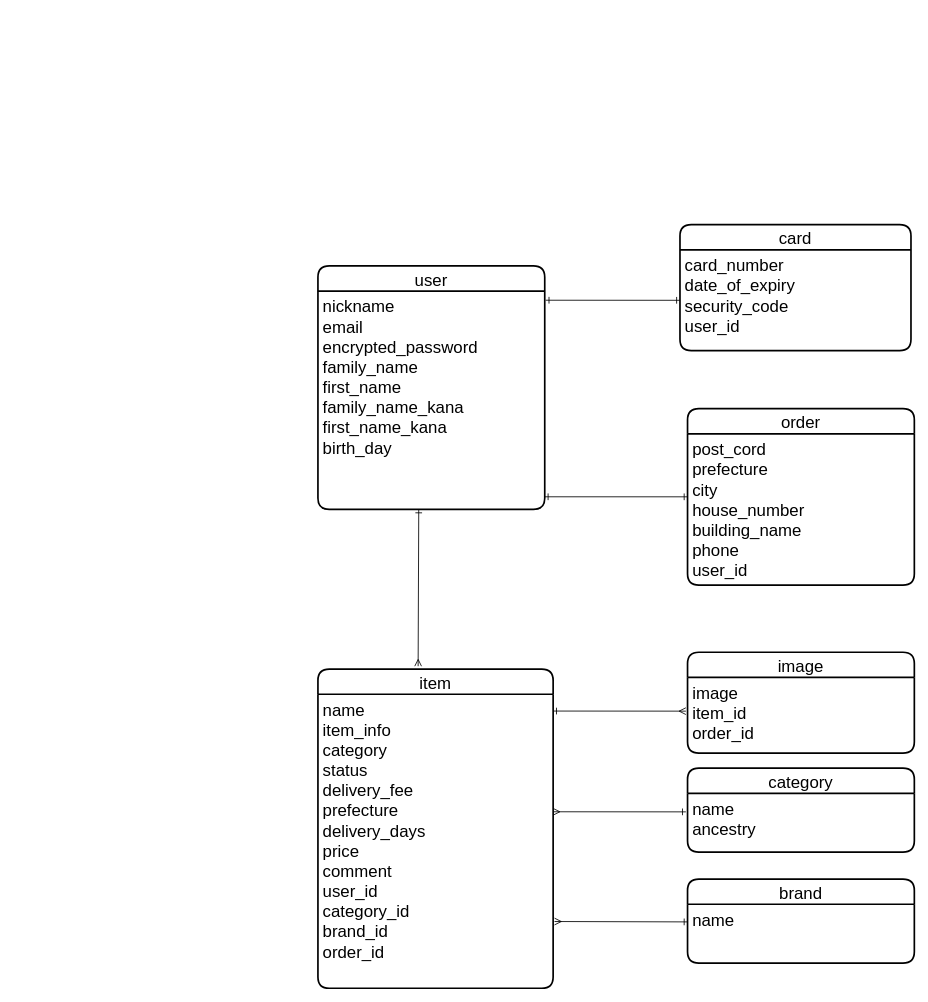
Earlier version of the draw.io diagram furima.dio (chiharukakimoto/furima-36185). Source tidied: cells renumbered, new cells numbered last; positions are measured from the earlier drawing's top-left corner, leaving out a move shared by most shapes. Both pictures are drawn from the tidied source at 84%, with x=0, y=0 at pixel (318, 224).
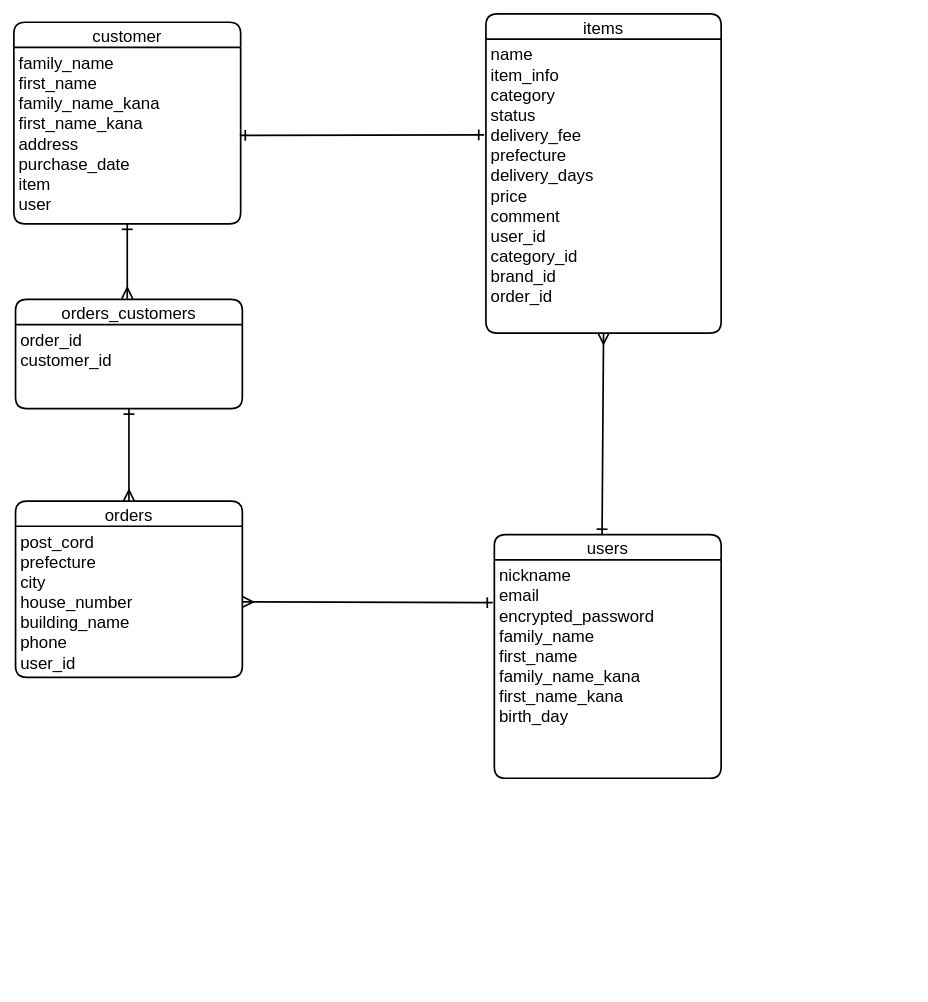
After the change.

Unchanged cells that the change refers to:
```xml
<mxCell id="3" value="nickname&#10;email&#10;encrypted_password&#10;family_name&#10;first_name&#10;family_name_kana&#10;first_name_kana&#10;birth_day" style="align=left;strokeColor=none;fillColor=none;spacingLeft=4;fontSize=20;verticalAlign=top;" parent="2" vertex="1">
  <mxGeometry y="30" width="270" height="260" as="geometry" />
</mxCell>
<mxCell id="5" value="name&#10;item_info&#10;category&#10;status&#10;delivery_fee&#10;prefecture&#10;delivery_days&#10;price&#10;comment&#10;user_id&#10;category_id&#10;brand_id&#10;order_id" style="align=left;strokeColor=none;fillColor=none;spacingLeft=4;fontSize=20;verticalAlign=top;" parent="4" vertex="1">
  <mxGeometry y="30" width="280" height="350" as="geometry" />
</mxCell>
<mxCell id="10" value="post_cord&#10;prefecture&#10;city&#10;house_number&#10;building_name&#10;phone&#10;user_id" style="align=left;strokeColor=none;fillColor=none;spacingLeft=4;fontSize=20;verticalAlign=top;" parent="9" vertex="1">
  <mxGeometry y="30" width="270" height="180" as="geometry" />
</mxCell>
```

The edit, as a diff of the source:
```diff
@@
+    <mxCell id="22" style="edgeStyle=none;rounded=0;jettySize=auto;html=1;exitX=0.475;exitY=0;exitDx=0;exitDy=0;entryX=0.5;entryY=1;entryDx=0;entryDy=0;fontSize=20;startArrow=ERone;startFill=0;endArrow=ERmany;endFill=0;startSize=10;endSize=10;strokeWidth=2;exitPerimeter=0;targetPerimeterSpacing=10;sourcePerimeterSpacing=10;" parent="1" edge="1" source="2" target="5">
+      <mxGeometry relative="1" as="geometry" />
+    </mxCell>
-    <mxCell id="2" value="user" style="swimlane;horizontal=1;startSize=30;rounded=1;fontSize=20;fontStyle=0;strokeWidth=2;shadow=0;dashed=0;align=center;" parent="1" vertex="1">
-      <mxGeometry y="49" width="270" height="290" as="geometry" />
+    <mxCell id="2" value="users" style="swimlane;horizontal=1;startSize=30;rounded=1;fontSize=20;fontStyle=0;strokeWidth=2;shadow=0;dashed=0;align=center;" parent="1" vertex="1">
+      <mxGeometry x="210" y="369" width="270" height="290" as="geometry" />
     </mxCell>
@@
-    <mxCell id="4" value="item" style="swimlane;horizontal=1;startSize=30;rounded=1;fontSize=20;fontStyle=0;strokeWidth=2;shadow=0;dashed=0;align=center;" parent="1" vertex="1">
-      <mxGeometry y="529" width="280" height="380" as="geometry" />
+    <mxCell id="4" value="items" style="swimlane;horizontal=1;startSize=30;rounded=1;fontSize=20;fontStyle=0;strokeWidth=2;shadow=0;dashed=0;align=center;" parent="1" vertex="1">
+      <mxGeometry x="200" y="-251" width="280" height="380" as="geometry" />
     </mxCell>
@@
-    <mxCell id="6" value="card" style="swimlane;horizontal=1;startSize=30;rounded=1;fontSize=20;fontStyle=0;strokeWidth=2;shadow=0;dashed=0;align=center;" parent="1" vertex="1">
-      <mxGeometry x="431" width="275" height="150" as="geometry" />
-    </mxCell>
-    <mxCell id="7" value="card_number&#10;date_of_expiry&#10;security_code&#10;user_id" style="align=left;strokeColor=none;fillColor=none;spacingLeft=4;fontSize=20;verticalAlign=top;" parent="6" vertex="1">
-      <mxGeometry y="30" width="275" height="120" as="geometry" />
-    </mxCell>
-    <mxCell id="8" style="edgeStyle=none;rounded=0;jettySize=auto;html=1;entryX=1;entryY=0.942;entryDx=0;entryDy=0;entryPerimeter=0;fontSize=20;startArrow=ERone;startFill=0;endArrow=ERone;endFill=0;" parent="1" edge="1" source="9" target="3">
-      <mxGeometry relative="1" as="geometry" />
-    </mxCell>
+    <mxCell id="23" style="edgeStyle=none;rounded=0;jettySize=auto;html=1;entryX=0.5;entryY=1;entryDx=0;entryDy=0;fontSize=20;startArrow=ERmany;startFill=0;endArrow=ERone;endFill=0;startSize=10;endSize=10;strokeWidth=2;targetPerimeterSpacing=10;sourcePerimeterSpacing=10;exitX=0.5;exitY=0;exitDx=0;exitDy=0;" parent="1" edge="1" source="9" target="28">
+      <mxGeometry relative="1" as="geometry" />
+    </mxCell>
-    <mxCell id="9" value="order" style="swimlane;horizontal=1;startSize=30;rounded=1;fontSize=20;fontStyle=0;strokeWidth=2;shadow=0;dashed=0;align=center;" parent="1" vertex="1">
-      <mxGeometry x="440" y="219" width="270" height="210" as="geometry" />
+    <mxCell id="9" value="orders" style="swimlane;horizontal=1;startSize=30;rounded=1;fontSize=20;fontStyle=0;strokeWidth=2;shadow=0;dashed=0;align=center;" parent="1" vertex="1">
+      <mxGeometry x="-360" y="329" width="270" height="210" as="geometry" />
     </mxCell>
@@
-    <mxCell id="11" style="rounded=0;jettySize=auto;html=1;entryX=0.426;entryY=-0.009;entryDx=0;entryDy=0;endArrow=ERmany;endFill=0;startArrow=ERone;startFill=0;fontSize=20;entryPerimeter=0;" parent="1" edge="1" target="4">
-      <mxGeometry relative="1" as="geometry">
-        <mxPoint x="120" y="339" as="sourcePoint" />
-      </mxGeometry>
-    </mxCell>
-    <mxCell id="12" style="edgeStyle=none;rounded=0;orthogonalLoop=1;jettySize=auto;html=1;fontSize=20;startArrow=ERone;startFill=0;endArrow=ERmany;endFill=0;entryX=1.006;entryY=0.405;entryDx=0;entryDy=0;entryPerimeter=0;" parent="1" edge="1">
-      <mxGeometry relative="1" as="geometry">
-        <mxPoint x="438" y="699" as="sourcePoint" />
-        <mxPoint x="280" y="698.9" as="targetPoint" />
-      </mxGeometry>
-    </mxCell>
-    <mxCell id="13" value="category" style="swimlane;horizontal=1;startSize=30;rounded=1;fontSize=20;fontStyle=0;strokeWidth=2;shadow=0;dashed=0;align=center;" parent="1" vertex="1">
-      <mxGeometry x="440" y="647" width="270" height="100" as="geometry" />
-    </mxCell>
-    <mxCell id="14" value="name&#10;ancestry" style="align=left;strokeColor=none;fillColor=none;spacingLeft=4;fontSize=20;verticalAlign=top;" parent="13" vertex="1">
-      <mxGeometry y="30" width="270" height="70" as="geometry" />
-    </mxCell>
-    <mxCell id="15" style="edgeStyle=none;rounded=0;jettySize=auto;html=1;exitX=0;exitY=0.5;exitDx=0;exitDy=0;entryX=1.004;entryY=0.042;entryDx=0;entryDy=0;entryPerimeter=0;fontSize=20;startArrow=ERone;startFill=0;endArrow=ERone;endFill=0;" parent="1" edge="1" source="7" target="3">
-      <mxGeometry relative="1" as="geometry" />
-    </mxCell>
-    <mxCell id="16" value="brand" style="swimlane;horizontal=1;startSize=30;rounded=1;fontSize=20;fontStyle=0;strokeWidth=2;shadow=0;dashed=0;align=center;" parent="1" vertex="1">
-      <mxGeometry x="440" y="779" width="270" height="100" as="geometry" />
-    </mxCell>
-    <mxCell id="17" value="name" style="align=left;strokeColor=none;fillColor=none;spacingLeft=4;fontSize=20;verticalAlign=top;" parent="16" vertex="1">
-      <mxGeometry y="30" width="270" height="70" as="geometry" />
-    </mxCell>
-    <mxCell id="18" style="edgeStyle=none;rounded=0;jettySize=auto;html=1;fontSize=20;startArrow=ERone;startFill=0;endArrow=ERmany;endFill=0;entryX=1.006;entryY=0.773;entryDx=0;entryDy=0;entryPerimeter=0;" parent="1" edge="1" target="5">
-      <mxGeometry relative="1" as="geometry">
-        <mxPoint x="440" y="830" as="sourcePoint" />
-      </mxGeometry>
-    </mxCell>
-    <mxCell id="19" value="image" style="swimlane;horizontal=1;startSize=30;rounded=1;fontSize=20;fontStyle=0;strokeWidth=2;shadow=0;dashed=0;align=center;" parent="1" vertex="1">
-      <mxGeometry x="440" y="509" width="270" height="120" as="geometry" />
-    </mxCell>
-    <mxCell id="20" value="image&#10;item_id&#10;order_id" style="align=left;strokeColor=none;fillColor=none;spacingLeft=4;fontSize=20;verticalAlign=top;" parent="19" vertex="1">
-      <mxGeometry y="30" width="270" height="90" as="geometry" />
-    </mxCell>
-    <mxCell id="21" style="edgeStyle=none;rounded=0;orthogonalLoop=1;jettySize=auto;html=1;fontSize=20;startArrow=ERmany;startFill=0;endArrow=ERone;endFill=0;entryX=1.006;entryY=0.405;entryDx=0;entryDy=0;entryPerimeter=0;" parent="1" edge="1">
-      <mxGeometry relative="1" as="geometry">
-        <mxPoint x="438" y="579.1" as="sourcePoint" />
-        <mxPoint x="280" y="579" as="targetPoint" />
-      </mxGeometry>
-    </mxCell>
+    <mxCell id="24" value="customer" style="swimlane;horizontal=1;startSize=30;rounded=1;fontSize=20;fontStyle=0;strokeWidth=2;shadow=0;dashed=0;align=center;" parent="1" vertex="1">
+      <mxGeometry x="-362" y="-241" width="270" height="240" as="geometry" />
+    </mxCell>
+    <mxCell id="25" value="family_name&#10;first_name&#10;family_name_kana&#10;first_name_kana&#10;address&#10;purchase_date&#10;item&#10;user" style="align=left;strokeColor=none;fillColor=none;spacingLeft=4;fontSize=20;verticalAlign=top;" parent="24" vertex="1">
+      <mxGeometry y="30" width="270" height="210" as="geometry" />
+    </mxCell>
+    <mxCell id="26" style="edgeStyle=none;rounded=0;jettySize=auto;html=1;entryX=0.5;entryY=1;entryDx=0;entryDy=0;fontSize=20;startArrow=ERmany;startFill=0;endArrow=ERone;endFill=0;startSize=10;endSize=10;strokeWidth=2;targetPerimeterSpacing=10;sourcePerimeterSpacing=10;" parent="1" edge="1" target="25">
+      <mxGeometry relative="1" as="geometry">
+        <mxPoint x="-227" y="88" as="sourcePoint" />
+      </mxGeometry>
+    </mxCell>
+    <mxCell id="27" value="orders_customers" style="swimlane;horizontal=1;startSize=30;rounded=1;fontSize=20;fontStyle=0;strokeWidth=2;shadow=0;dashed=0;align=center;" parent="1" vertex="1">
+      <mxGeometry x="-360" y="89" width="270" height="130" as="geometry" />
+    </mxCell>
+    <mxCell id="28" value="order_id&#10;customer_id" style="align=left;strokeColor=none;fillColor=none;spacingLeft=4;fontSize=20;verticalAlign=top;" parent="27" vertex="1">
+      <mxGeometry y="30" width="270" height="100" as="geometry" />
+    </mxCell>
+    <mxCell id="29" style="edgeStyle=none;rounded=0;orthogonalLoop=1;jettySize=auto;html=1;entryX=-0.004;entryY=0.326;entryDx=0;entryDy=0;entryPerimeter=0;fontSize=20;startArrow=ERone;startFill=0;endArrow=ERone;endFill=0;startSize=10;endSize=10;strokeWidth=2;targetPerimeterSpacing=10;sourcePerimeterSpacing=10;" parent="1" edge="1">
+      <mxGeometry relative="1" as="geometry">
+        <mxPoint x="-93" y="-106.3" as="sourcePoint" />
+        <mxPoint x="197.9" y="-106.9" as="targetPoint" />
+      </mxGeometry>
+    </mxCell>
+    <mxCell id="30" style="edgeStyle=none;rounded=0;jettySize=auto;html=1;entryX=-0.007;entryY=0.196;entryDx=0;entryDy=0;entryPerimeter=0;fontSize=20;startArrow=ERmany;startFill=0;endArrow=ERone;endFill=0;startSize=10;endSize=10;strokeWidth=2;targetPerimeterSpacing=10;sourcePerimeterSpacing=10;exitX=1;exitY=0.5;exitDx=0;exitDy=0;" parent="1" edge="1" source="10" target="3">
+      <mxGeometry relative="1" as="geometry" />
+    </mxCell>
```
